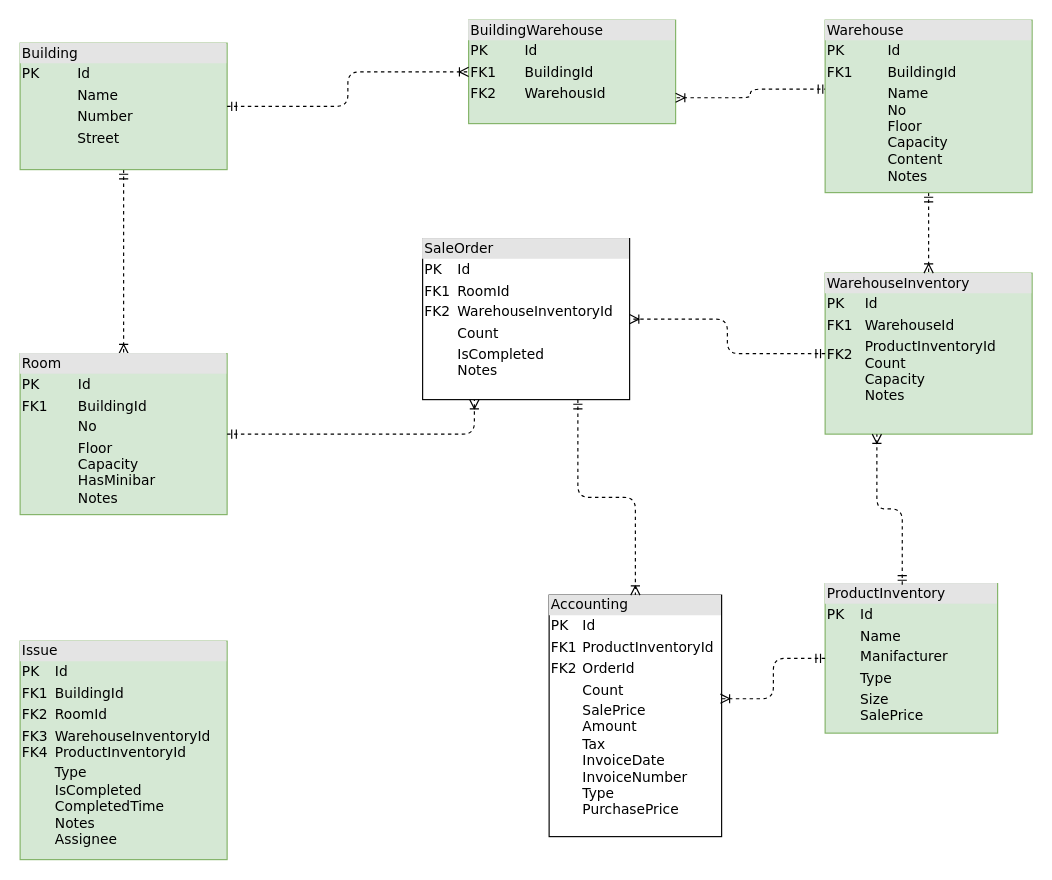
hasanbinboga/infera-test-case keeps this draw.io diagram as er-diagram.drawio. Above is the earlier version. Source tidied: cells renumbered, new cells numbered last; positions are measured from the earlier drawing's top-left corner, leaving out a move shared by most shapes. Both pictures are drawn from the tidied source at 115%, with x=0, y=0 at pixel (20, 20).
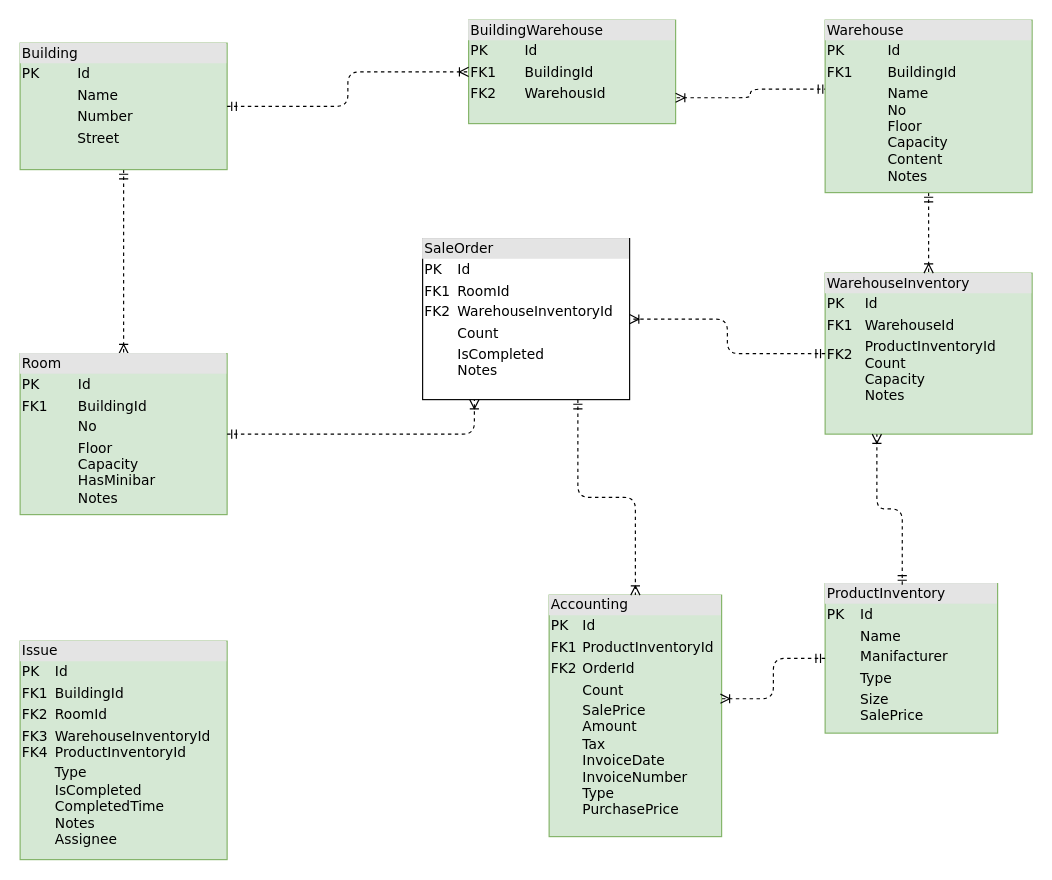
Above is the later version.

Commit message (it also covers changes not shown here):
Accounting FE module created.

Diff of the diagram source:
```diff
@@
 <mxGraphModel>
   <root>
     <mxCell id="0" />
     <mxCell id="1" parent="0" />
     <mxCell id="2" value="&lt;div style=&quot;box-sizing:border-box;width:100%;background:#e4e4e4;padding:2px;&quot;&gt;BuildingWarehouse&lt;/div&gt;&lt;table style=&quot;width:100%;font-size:1em;&quot; cellpadding=&quot;2&quot; cellspacing=&quot;0&quot;&gt;&lt;tbody&gt;&lt;tr&gt;&lt;td&gt;PK&lt;/td&gt;&lt;td&gt;Id&lt;/td&gt;&lt;/tr&gt;&lt;tr&gt;&lt;td&gt;FK1&lt;/td&gt;&lt;td&gt;BuildingId&lt;/td&gt;&lt;/tr&gt;&lt;tr&gt;&lt;td&gt;FK2&lt;/td&gt;&lt;td&gt;WarehousId&lt;/td&gt;&lt;/tr&gt;&lt;/tbody&gt;&lt;/table&gt;" style="verticalAlign=top;align=left;overflow=fill;html=1;rounded=0;shadow=0;comic=0;labelBackgroundColor=none;strokeWidth=1;fontFamily=Verdana;fontSize=12;fillColor=#d5e8d4;strokeColor=#82b366;" parent="1" vertex="1">
       <mxGeometry x="390" width="180" height="90" as="geometry" />
     </mxCell>
     <mxCell id="3" style="html=1;dashed=1;labelBackgroundColor=none;startArrow=ERmandOne;endArrow=ERoneToMany;fontFamily=Verdana;fontSize=12;align=left;entryX=0.5;entryY=0;edgeStyle=orthogonalEdgeStyle;entryDx=0;entryDy=0;" parent="1" edge="1" source="5" target="9">
       <mxGeometry relative="1" as="geometry" />
     </mxCell>
     <mxCell id="4" style="html=1;dashed=1;labelBackgroundColor=none;startArrow=ERmandOne;endArrow=ERoneToMany;fontFamily=Verdana;fontSize=12;align=left;exitX=0.011;exitY=0.4;exitDx=0;exitDy=0;edgeStyle=orthogonalEdgeStyle;entryX=1;entryY=0.75;entryDx=0;entryDy=0;exitPerimeter=0;" parent="1" edge="1" source="10" target="2">
       <mxGeometry relative="1" as="geometry" />
     </mxCell>
     <mxCell id="5" value="&lt;div style=&quot;box-sizing: border-box ; width: 100% ; background: #e4e4e4 ; padding: 2px&quot;&gt;Building&lt;/div&gt;&lt;table style=&quot;width: 100% ; font-size: 1em&quot; cellpadding=&quot;2&quot; cellspacing=&quot;0&quot;&gt;&lt;tbody&gt;&lt;tr&gt;&lt;td&gt;PK&lt;/td&gt;&lt;td&gt;Id&lt;/td&gt;&lt;/tr&gt;&lt;tr&gt;&lt;td&gt;&lt;br&gt;&lt;/td&gt;&lt;td&gt;Name&lt;/td&gt;&lt;/tr&gt;&lt;tr&gt;&lt;td&gt;&lt;/td&gt;&lt;td&gt;Number&lt;/td&gt;&lt;/tr&gt;&lt;tr&gt;&lt;td&gt;&lt;br&gt;&lt;/td&gt;&lt;td&gt;Street&lt;br&gt;&lt;/td&gt;&lt;/tr&gt;&lt;tr&gt;&lt;td&gt;&lt;br&gt;&lt;/td&gt;&lt;td&gt;&lt;br&gt;&lt;/td&gt;&lt;/tr&gt;&lt;tr&gt;&lt;td&gt;&lt;br&gt;&lt;/td&gt;&lt;td&gt;&lt;br&gt;&lt;/td&gt;&lt;/tr&gt;&lt;/tbody&gt;&lt;/table&gt;" style="verticalAlign=top;align=left;overflow=fill;html=1;rounded=0;shadow=0;comic=0;labelBackgroundColor=none;strokeWidth=1;fontFamily=Verdana;fontSize=12;fillColor=#d5e8d4;strokeColor=#82b366;" parent="1" vertex="1">
       <mxGeometry y="20" width="180" height="110" as="geometry" />
     </mxCell>
     <mxCell id="6" value="&lt;div style=&quot;box-sizing: border-box ; width: 100% ; background: #e4e4e4 ; padding: 2px&quot;&gt;ProductInventory&lt;/div&gt;&lt;table style=&quot;width: 100% ; font-size: 1em&quot; cellpadding=&quot;2&quot; cellspacing=&quot;0&quot;&gt;&lt;tbody&gt;&lt;tr&gt;&lt;td&gt;PK&lt;/td&gt;&lt;td&gt;Id&lt;/td&gt;&lt;/tr&gt;&lt;tr&gt;&lt;td&gt;&lt;br&gt;&lt;/td&gt;&lt;td&gt;Name&lt;/td&gt;&lt;/tr&gt;&lt;tr&gt;&lt;td&gt;&lt;/td&gt;&lt;td&gt;Manifacturer&lt;/td&gt;&lt;/tr&gt;&lt;tr&gt;&lt;td&gt;&lt;br&gt;&lt;/td&gt;&lt;td&gt;Type&lt;/td&gt;&lt;/tr&gt;&lt;tr&gt;&lt;td&gt;&lt;br&gt;&lt;/td&gt;&lt;td&gt;Size&lt;br&gt;SalePrice&lt;/td&gt;&lt;/tr&gt;&lt;/tbody&gt;&lt;/table&gt;" style="verticalAlign=top;align=left;overflow=fill;html=1;rounded=0;shadow=0;comic=0;labelBackgroundColor=none;strokeWidth=1;fontFamily=Verdana;fontSize=12;fillColor=#d5e8d4;strokeColor=#82b366;" parent="1" vertex="1">
       <mxGeometry x="700" y="490" width="150" height="130" as="geometry" />
     </mxCell>
     <mxCell id="7" value="&lt;div style=&quot;box-sizing:border-box;width:100%;background:#e4e4e4;padding:2px;&quot;&gt;WarehouseInventory&lt;/div&gt;&lt;table style=&quot;width:100%;font-size:1em;&quot; cellpadding=&quot;2&quot; cellspacing=&quot;0&quot;&gt;&lt;tbody&gt;&lt;tr&gt;&lt;td&gt;PK&lt;/td&gt;&lt;td&gt;Id&lt;/td&gt;&lt;/tr&gt;&lt;tr&gt;&lt;td&gt;FK1&lt;/td&gt;&lt;td&gt;WarehouseId&lt;/td&gt;&lt;/tr&gt;&lt;tr&gt;&lt;td&gt;FK2&lt;br&gt;&lt;br&gt;&lt;br&gt;&lt;/td&gt;&lt;td&gt;ProductInventoryId&lt;br&gt;Count&lt;br&gt;Capacity&lt;br&gt;Notes&lt;/td&gt;&lt;/tr&gt;&lt;/tbody&gt;&lt;/table&gt;" style="verticalAlign=top;align=left;overflow=fill;html=1;rounded=0;shadow=0;comic=0;labelBackgroundColor=none;strokeWidth=1;fontFamily=Verdana;fontSize=12;fillColor=#d5e8d4;strokeColor=#82b366;" parent="1" vertex="1">
       <mxGeometry x="700" y="220" width="180" height="140" as="geometry" />
     </mxCell>
     <mxCell id="8" style="edgeStyle=orthogonalEdgeStyle;html=1;entryX=0.5;entryY=0;dashed=1;labelBackgroundColor=none;startArrow=ERmandOne;endArrow=ERoneToMany;fontFamily=Verdana;fontSize=12;align=left;" parent="1" edge="1" source="10" target="7">
       <mxGeometry relative="1" as="geometry" />
     </mxCell>
     <mxCell id="9" value="&lt;div style=&quot;box-sizing: border-box ; width: 100% ; background: #e4e4e4 ; padding: 2px&quot;&gt;Room&lt;/div&gt;&lt;table style=&quot;width: 100% ; font-size: 1em&quot; cellpadding=&quot;2&quot; cellspacing=&quot;0&quot;&gt;&lt;tbody&gt;&lt;tr&gt;&lt;td&gt;PK&lt;/td&gt;&lt;td&gt;Id&lt;/td&gt;&lt;/tr&gt;&lt;tr&gt;&lt;td&gt;FK1&lt;/td&gt;&lt;td&gt;BuildingId&lt;/td&gt;&lt;/tr&gt;&lt;tr&gt;&lt;td&gt;&lt;/td&gt;&lt;td&gt;No&lt;/td&gt;&lt;/tr&gt;&lt;tr&gt;&lt;td&gt;&lt;br&gt;&lt;/td&gt;&lt;td&gt;Floor&lt;br&gt;Capacity&lt;br&gt;HasMinibar&lt;br&gt;Notes&lt;/td&gt;&lt;/tr&gt;&lt;tr&gt;&lt;td&gt;&lt;br&gt;&lt;/td&gt;&lt;td&gt;&lt;/td&gt;&lt;/tr&gt;&lt;/tbody&gt;&lt;/table&gt;" style="verticalAlign=top;align=left;overflow=fill;html=1;rounded=0;shadow=0;comic=0;labelBackgroundColor=none;strokeWidth=1;fontFamily=Verdana;fontSize=12;fillColor=#d5e8d4;strokeColor=#82b366;" parent="1" vertex="1">
       <mxGeometry y="290" width="180" height="140" as="geometry" />
     </mxCell>
     <mxCell id="10" value="&lt;div style=&quot;box-sizing:border-box;width:100%;background:#e4e4e4;padding:2px;&quot;&gt;Warehouse&lt;/div&gt;&lt;table style=&quot;width:100%;font-size:1em;&quot; cellpadding=&quot;2&quot; cellspacing=&quot;0&quot;&gt;&lt;tbody&gt;&lt;tr&gt;&lt;td&gt;PK&lt;/td&gt;&lt;td&gt;Id&lt;/td&gt;&lt;/tr&gt;&lt;tr&gt;&lt;td&gt;FK1&lt;/td&gt;&lt;td&gt;BuildingId&lt;/td&gt;&lt;/tr&gt;&lt;tr&gt;&lt;td&gt;&lt;/td&gt;&lt;td&gt;Name&lt;br&gt;No&lt;br&gt;Floor&lt;br&gt;Capacity&lt;br&gt;Content&lt;br&gt;Notes&lt;/td&gt;&lt;/tr&gt;&lt;/tbody&gt;&lt;/table&gt;" style="verticalAlign=top;align=left;overflow=fill;html=1;rounded=0;shadow=0;comic=0;labelBackgroundColor=none;strokeWidth=1;fontFamily=Verdana;fontSize=12;fillColor=#d5e8d4;strokeColor=#82b366;" parent="1" vertex="1">
       <mxGeometry x="700" width="180" height="150" as="geometry" />
     </mxCell>
     <mxCell id="11" style="html=1;dashed=1;labelBackgroundColor=none;startArrow=ERmandOne;endArrow=ERoneToMany;fontFamily=Verdana;fontSize=12;align=left;edgeStyle=orthogonalEdgeStyle;entryX=0;entryY=0.5;entryDx=0;entryDy=0;exitX=1;exitY=0.5;exitDx=0;exitDy=0;" parent="1" edge="1" source="5" target="2">
       <mxGeometry relative="1" as="geometry" />
     </mxCell>
     <mxCell id="12" style="edgeStyle=orthogonalEdgeStyle;html=1;entryX=0.25;entryY=1;dashed=1;labelBackgroundColor=none;startArrow=ERmandOne;endArrow=ERoneToMany;fontFamily=Verdana;fontSize=12;align=left;entryDx=0;entryDy=0;exitX=0.447;exitY=0.008;exitDx=0;exitDy=0;exitPerimeter=0;" parent="1" edge="1" source="6" target="7">
       <mxGeometry relative="1" as="geometry" />
     </mxCell>
     <mxCell id="13" value="&lt;div style=&quot;box-sizing: border-box ; width: 100% ; background: #e4e4e4 ; padding: 2px&quot;&gt;SaleOrder&lt;/div&gt;&lt;table style=&quot;width: 100% ; font-size: 1em&quot; cellpadding=&quot;2&quot; cellspacing=&quot;0&quot;&gt;&lt;tbody&gt;&lt;tr&gt;&lt;td&gt;PK&lt;/td&gt;&lt;td&gt;Id&lt;/td&gt;&lt;/tr&gt;&lt;tr&gt;&lt;td&gt;FK1&lt;/td&gt;&lt;td&gt;RoomId&lt;/td&gt;&lt;/tr&gt;&lt;tr&gt;&lt;td&gt;FK2&lt;/td&gt;&lt;td&gt;WarehouseInventoryId&lt;/td&gt;&lt;/tr&gt;&lt;tr&gt;&lt;td&gt;&lt;br&gt;&lt;/td&gt;&lt;td&gt;Count&lt;/td&gt;&lt;/tr&gt;&lt;tr&gt;&lt;td&gt;&lt;br&gt;&lt;/td&gt;&lt;td&gt;IsCompleted&lt;br&gt;Notes&lt;/td&gt;&lt;/tr&gt;&lt;/tbody&gt;&lt;/table&gt;" style="verticalAlign=top;align=left;overflow=fill;html=1;rounded=0;shadow=0;comic=0;labelBackgroundColor=none;strokeWidth=1;fontFamily=Verdana;fontSize=12;" parent="1" vertex="1">
       <mxGeometry x="350" y="190" width="180" height="140" as="geometry" />
     </mxCell>
     <mxCell id="14" value="&lt;div style=&quot;box-sizing: border-box ; width: 100% ; background: #e4e4e4 ; padding: 2px&quot;&gt;Issue&lt;/div&gt;&lt;table style=&quot;width: 100% ; font-size: 1em&quot; cellpadding=&quot;2&quot; cellspacing=&quot;0&quot;&gt;&lt;tbody&gt;&lt;tr&gt;&lt;td&gt;PK&lt;/td&gt;&lt;td&gt;Id&lt;/td&gt;&lt;/tr&gt;&lt;tr&gt;&lt;td&gt;FK1&lt;/td&gt;&lt;td&gt;BuildingId&lt;/td&gt;&lt;/tr&gt;&lt;tr&gt;&lt;td&gt;FK2&lt;/td&gt;&lt;td&gt;RoomId&lt;br&gt;&lt;/td&gt;&lt;/tr&gt;&lt;tr&gt;&lt;td&gt;FK3&lt;br&gt;FK4&lt;/td&gt;&lt;td&gt;WarehouseInventoryId&lt;br&gt;ProductInventoryId&lt;/td&gt;&lt;/tr&gt;&lt;tr&gt;&lt;td&gt;&lt;br&gt;&lt;br&gt;&lt;/td&gt;&lt;td&gt;Type&lt;br&gt;IsCompleted&lt;br&gt;CompletedTime&lt;br&gt;Notes&lt;br&gt;Assignee&lt;/td&gt;&lt;/tr&gt;&lt;/tbody&gt;&lt;/table&gt;" style="verticalAlign=top;align=left;overflow=fill;html=1;rounded=0;shadow=0;comic=0;labelBackgroundColor=none;strokeWidth=1;fontFamily=Verdana;fontSize=12;fillColor=#d5e8d4;strokeColor=#82b366;" parent="1" vertex="1">
       <mxGeometry y="540" width="180" height="190" as="geometry" />
     </mxCell>
     <mxCell id="15" style="edgeStyle=orthogonalEdgeStyle;html=1;entryX=1;entryY=0.5;dashed=1;labelBackgroundColor=none;startArrow=ERmandOne;endArrow=ERoneToMany;fontFamily=Verdana;fontSize=12;align=left;entryDx=0;entryDy=0;exitX=0;exitY=0.5;exitDx=0;exitDy=0;" parent="1" edge="1" source="7" target="13">
       <mxGeometry relative="1" as="geometry" />
     </mxCell>
     <mxCell id="16" style="edgeStyle=orthogonalEdgeStyle;html=1;entryX=0.25;entryY=1;dashed=1;labelBackgroundColor=none;startArrow=ERmandOne;endArrow=ERoneToMany;fontFamily=Verdana;fontSize=12;align=left;entryDx=0;entryDy=0;exitX=1;exitY=0.5;exitDx=0;exitDy=0;" parent="1" edge="1" source="9" target="13">
       <mxGeometry relative="1" as="geometry" />
     </mxCell>
-    <mxCell id="17" value="&lt;div style=&quot;box-sizing: border-box ; width: 100% ; background: #e4e4e4 ; padding: 2px&quot;&gt;Accounting&lt;/div&gt;&lt;table style=&quot;width: 100% ; font-size: 1em&quot; cellpadding=&quot;2&quot; cellspacing=&quot;0&quot;&gt;&lt;tbody&gt;&lt;tr&gt;&lt;td&gt;PK&lt;/td&gt;&lt;td&gt;Id&lt;/td&gt;&lt;/tr&gt;&lt;tr&gt;&lt;td&gt;FK1&lt;/td&gt;&lt;td&gt;ProductInventoryId&lt;/td&gt;&lt;/tr&gt;&lt;tr&gt;&lt;td&gt;FK2&lt;/td&gt;&lt;td&gt;OrderId&lt;/td&gt;&lt;/tr&gt;&lt;tr&gt;&lt;td&gt;&lt;br&gt;&lt;/td&gt;&lt;td&gt;Count&lt;/td&gt;&lt;/tr&gt;&lt;tr&gt;&lt;td&gt;&lt;br&gt;&lt;/td&gt;&lt;td&gt;SalePrice&lt;br&gt;Amount&lt;br&gt;Tax&lt;br&gt;InvoiceDate&lt;br&gt;InvoiceNumber&lt;br&gt;Type&lt;br&gt;PurchasePrice&lt;br&gt;&lt;/td&gt;&lt;/tr&gt;&lt;/tbody&gt;&lt;/table&gt;" style="verticalAlign=top;align=left;overflow=fill;html=1;rounded=0;shadow=0;comic=0;labelBackgroundColor=none;strokeWidth=1;fontFamily=Verdana;fontSize=12;" parent="1" vertex="1">
+    <mxCell id="17" value="&lt;div style=&quot;box-sizing: border-box ; width: 100% ; background: #e4e4e4 ; padding: 2px&quot;&gt;Accounting&lt;/div&gt;&lt;table style=&quot;width: 100% ; font-size: 1em&quot; cellpadding=&quot;2&quot; cellspacing=&quot;0&quot;&gt;&lt;tbody&gt;&lt;tr&gt;&lt;td&gt;PK&lt;/td&gt;&lt;td&gt;Id&lt;/td&gt;&lt;/tr&gt;&lt;tr&gt;&lt;td&gt;FK1&lt;/td&gt;&lt;td&gt;ProductInventoryId&lt;/td&gt;&lt;/tr&gt;&lt;tr&gt;&lt;td&gt;FK2&lt;/td&gt;&lt;td&gt;OrderId&lt;/td&gt;&lt;/tr&gt;&lt;tr&gt;&lt;td&gt;&lt;br&gt;&lt;/td&gt;&lt;td&gt;Count&lt;/td&gt;&lt;/tr&gt;&lt;tr&gt;&lt;td&gt;&lt;br&gt;&lt;/td&gt;&lt;td&gt;SalePrice&lt;br&gt;Amount&lt;br&gt;Tax&lt;br&gt;InvoiceDate&lt;br&gt;InvoiceNumber&lt;br&gt;Type&lt;br&gt;PurchasePrice&lt;br&gt;&lt;/td&gt;&lt;/tr&gt;&lt;/tbody&gt;&lt;/table&gt;" style="verticalAlign=top;align=left;overflow=fill;html=1;rounded=0;shadow=0;comic=0;labelBackgroundColor=none;strokeWidth=1;fontFamily=Verdana;fontSize=12;fillColor=#d5e8d4;strokeColor=#82b366;" parent="1" vertex="1">
       <mxGeometry x="460" y="500" width="150" height="210" as="geometry" />
     </mxCell>
     <mxCell id="18" style="edgeStyle=orthogonalEdgeStyle;html=1;dashed=1;labelBackgroundColor=none;startArrow=ERmandOne;endArrow=ERoneToMany;fontFamily=Verdana;fontSize=12;align=left;exitX=0;exitY=0.5;exitDx=0;exitDy=0;entryX=0.993;entryY=0.429;entryDx=0;entryDy=0;entryPerimeter=0;" parent="1" edge="1" source="6" target="17">
       <mxGeometry relative="1" as="geometry" />
     </mxCell>
     <mxCell id="19" style="edgeStyle=orthogonalEdgeStyle;html=1;dashed=1;labelBackgroundColor=none;startArrow=ERmandOne;endArrow=ERoneToMany;fontFamily=Verdana;fontSize=12;align=left;exitX=0.75;exitY=1;exitDx=0;exitDy=0;" parent="1" edge="1" source="13" target="17">
       <mxGeometry relative="1" as="geometry" />
     </mxCell>
   </root>
 </mxGraphModel>
```
